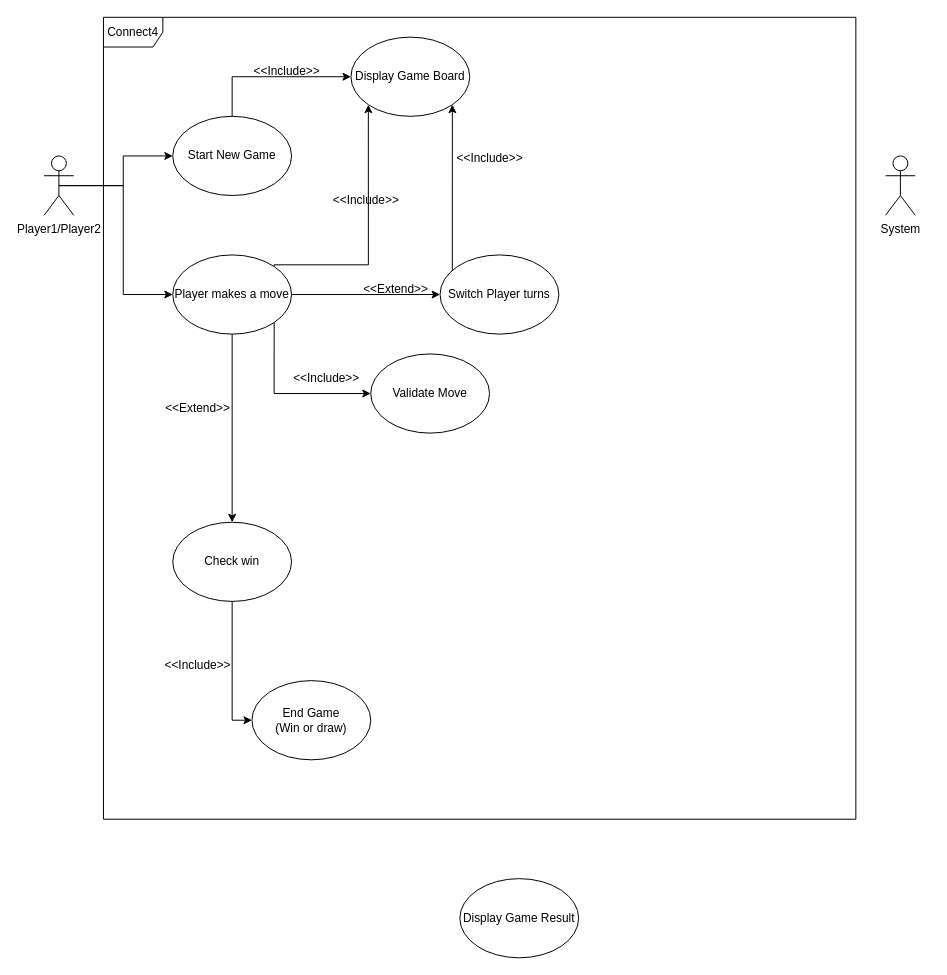
Before: use case diagrams/use_case_diagram_connect4.drawio in aeMyst/Minigame-Portal, a draw.io diagram. Source tidied: cells renumbered, new cells numbered last; positions are measured from the earlier drawing's top-left corner, leaving out a move shared by most shapes. Both pictures are drawn from the tidied source at 99%, with x=0, y=0 at pixel (44, 17).
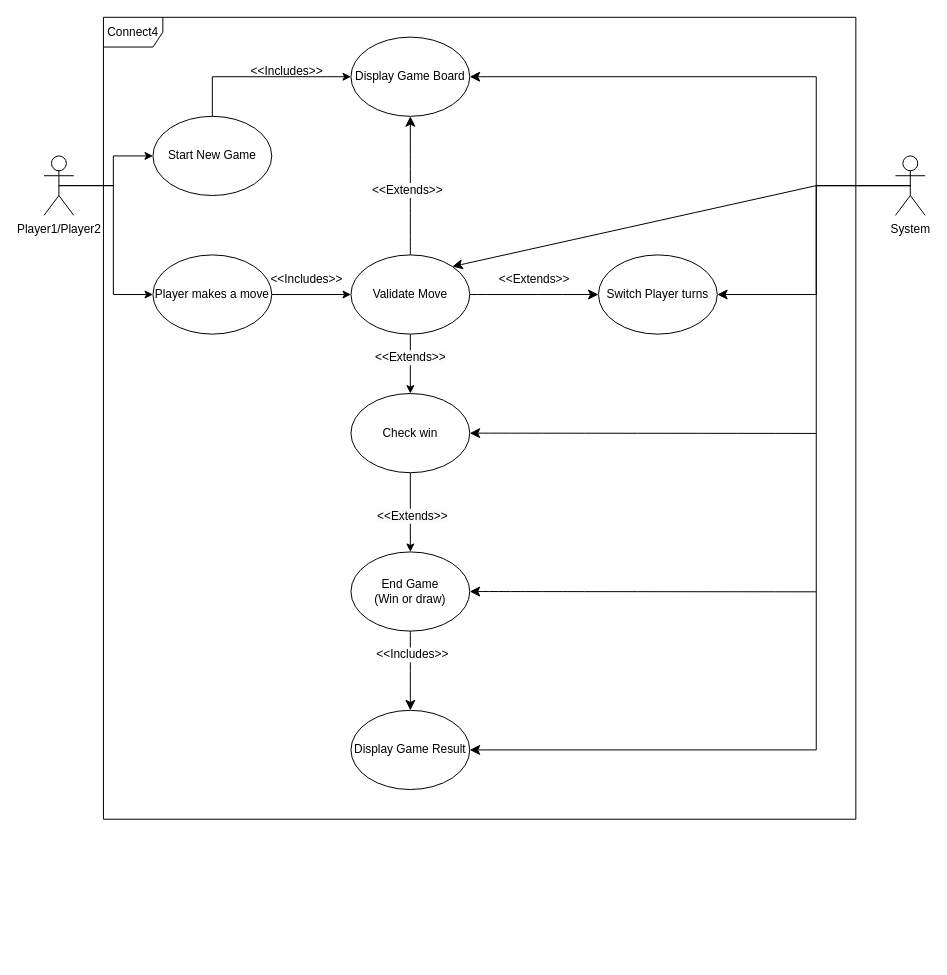
The same diagram, later.

Commit message (it also covers changes not shown here):
finish use case diagram for connect 4

The change refers to these unchanged cells:
```xml
<mxCell id="15" value="Display Game Board" style="ellipse;whiteSpace=wrap;html=1;" parent="1" vertex="1">
  <mxGeometry x="310" y="20" width="120" height="80" as="geometry" />
</mxCell>
```

The edit, as a diff of the source:
```diff
@@
     <mxCell id="3" value="Start New Game" style="ellipse;whiteSpace=wrap;html=1;" parent="1" vertex="1">
-      <mxGeometry x="130" y="100" width="120" height="80" as="geometry" />
+      <mxGeometry x="110" y="100" width="120" height="80" as="geometry" />
     </mxCell>
-    <mxCell id="4" style="edgeStyle=orthogonalEdgeStyle;rounded=0;jettySize=auto;html=1;exitX=0.5;exitY=1;exitDx=0;exitDy=0;" parent="1" edge="1" source="8" target="10">
-      <mxGeometry relative="1" as="geometry" />
-    </mxCell>
+    <mxCell id="29" style="rounded=0;jettySize=auto;html=1;exitX=0.5;exitY=1;exitDx=0;exitDy=0;" parent="1" edge="1" source="12" target="10">
+      <mxGeometry relative="1" as="geometry" />
+    </mxCell>
+    <mxCell id="30" value="&lt;span style=&quot;background-color: rgb(251, 251, 251);&quot;&gt;&amp;lt;&amp;lt;Extends&amp;gt;&amp;gt;&lt;/span&gt;" style="edgeLabel;html=1;align=center;verticalAlign=middle;fontSize=12;" parent="29" vertex="1">
+      <mxGeometry x="-0.24" y="-1" relative="1" as="geometry" />
+    </mxCell>
-    <mxCell id="5" style="edgeStyle=orthogonalEdgeStyle;rounded=0;jettySize=auto;html=1;exitX=1;exitY=1;exitDx=0;exitDy=0;entryX=0;entryY=0.5;entryDx=0;entryDy=0;" parent="1" edge="1" source="8" target="12">
-      <mxGeometry relative="1" as="geometry">
-        <Array as="points">
-          <mxPoint x="232" y="380" />
-        </Array>
-      </mxGeometry>
+    <mxCell id="5" style="rounded=0;jettySize=auto;html=1;exitX=1;exitY=0.5;exitDx=0;exitDy=0;entryX=0;entryY=0.5;entryDx=0;entryDy=0;" parent="1" edge="1" source="8" target="12">
+      <mxGeometry relative="1" as="geometry" />
     </mxCell>
-    <mxCell id="6" style="edgeStyle=orthogonalEdgeStyle;rounded=0;jettySize=auto;html=1;exitX=1;exitY=0.5;exitDx=0;exitDy=0;entryX=0;entryY=0.5;entryDx=0;entryDy=0;" parent="1" edge="1" source="8" target="14">
-      <mxGeometry relative="1" as="geometry" />
-    </mxCell>
-    <mxCell id="7" style="edgeStyle=orthogonalEdgeStyle;rounded=0;jettySize=auto;html=1;exitX=1;exitY=0;exitDx=0;exitDy=0;entryX=0;entryY=1;entryDx=0;entryDy=0;" parent="1" edge="1" source="8" target="15">
-      <mxGeometry relative="1" as="geometry">
-        <Array as="points">
-          <mxPoint x="328" y="250" />
-        </Array>
-      </mxGeometry>
-    </mxCell>
     <mxCell id="8" value="Player makes a move" style="ellipse;whiteSpace=wrap;html=1;" parent="1" vertex="1">
-      <mxGeometry x="130" y="240" width="120" height="80" as="geometry" />
+      <mxGeometry x="110" y="240" width="120" height="80" as="geometry" />
     </mxCell>
-    <mxCell id="9" style="edgeStyle=orthogonalEdgeStyle;rounded=0;jettySize=auto;html=1;exitX=0.5;exitY=1;exitDx=0;exitDy=0;entryX=0;entryY=0.5;entryDx=0;entryDy=0;" parent="1" edge="1" source="10" target="11">
+    <mxCell id="9" style="rounded=0;jettySize=auto;html=1;exitX=0.5;exitY=1;exitDx=0;exitDy=0;entryX=0.5;entryY=0;entryDx=0;entryDy=0;" parent="1" edge="1" source="10" target="11">
       <mxGeometry relative="1" as="geometry" />
     </mxCell>
+    <mxCell id="31" value="&lt;span style=&quot;background-color: rgb(251, 251, 251);&quot;&gt;&amp;lt;&amp;lt;Extends&amp;gt;&amp;gt;&lt;/span&gt;" style="edgeLabel;html=1;align=center;verticalAlign=middle;fontSize=12;" parent="9" vertex="1">
+      <mxGeometry x="0.07" y="1" relative="1" as="geometry" />
+    </mxCell>
+    <mxCell id="32" style="edgeStyle=none;curved=1;rounded=0;jettySize=auto;html=1;exitX=1;exitY=0.5;exitDx=0;exitDy=0;fontSize=12;startSize=8;endSize=8;startArrow=classic;startFill=1;endArrow=none;endFill=0;" parent="1" edge="1" source="10">
+      <mxGeometry relative="1" as="geometry">
+        <mxPoint x="780" y="420.3" as="targetPoint" />
+      </mxGeometry>
+    </mxCell>
     <mxCell id="10" value="Check win" style="ellipse;whiteSpace=wrap;html=1;" parent="1" vertex="1">
-      <mxGeometry x="130" y="510" width="120" height="80" as="geometry" />
+      <mxGeometry x="310" y="380" width="120" height="80" as="geometry" />
     </mxCell>
+    <mxCell id="33" style="edgeStyle=none;curved=1;rounded=0;jettySize=auto;html=1;exitX=0.5;exitY=1;exitDx=0;exitDy=0;entryX=0.5;entryY=0;entryDx=0;entryDy=0;fontSize=12;startSize=8;endSize=8;" parent="1" edge="1" source="11" target="16">
+      <mxGeometry relative="1" as="geometry" />
+    </mxCell>
+    <mxCell id="34" value="&amp;lt;&amp;lt;Includes&amp;gt;&amp;gt;" style="edgeLabel;html=1;align=center;verticalAlign=middle;fontSize=12;" parent="33" vertex="1">
+      <mxGeometry x="-0.07" y="-4" relative="1" as="geometry">
+        <mxPoint x="5" y="-14" as="offset" />
+      </mxGeometry>
+    </mxCell>
+    <mxCell id="35" style="edgeStyle=none;curved=1;rounded=0;jettySize=auto;html=1;exitX=1;exitY=0.5;exitDx=0;exitDy=0;fontSize=12;startSize=8;endSize=8;startArrow=classic;startFill=1;endArrow=none;endFill=0;" parent="1" edge="1" source="11">
+      <mxGeometry relative="1" as="geometry">
+        <mxPoint x="780" y="580.3" as="targetPoint" />
+      </mxGeometry>
+    </mxCell>
     <mxCell id="11" value="End Game&lt;div&gt;(Win or draw)&lt;/div&gt;" style="ellipse;whiteSpace=wrap;html=1;" parent="1" vertex="1">
-      <mxGeometry x="210" y="670" width="120" height="80" as="geometry" />
+      <mxGeometry x="310" y="540" width="120" height="80" as="geometry" />
     </mxCell>
+    <mxCell id="36" style="edgeStyle=none;curved=1;rounded=0;jettySize=auto;html=1;exitX=1;exitY=0.5;exitDx=0;exitDy=0;entryX=0;entryY=0.5;entryDx=0;entryDy=0;fontSize=12;startSize=8;endSize=8;" parent="1" edge="1" source="12" target="14">
+      <mxGeometry relative="1" as="geometry" />
+    </mxCell>
+    <mxCell id="37" style="edgeStyle=none;curved=1;rounded=0;jettySize=auto;html=1;exitX=0.5;exitY=0;exitDx=0;exitDy=0;entryX=0.5;entryY=1;entryDx=0;entryDy=0;fontSize=12;startSize=8;endSize=8;" parent="1" edge="1" source="12" target="15">
+      <mxGeometry relative="1" as="geometry" />
+    </mxCell>
+    <mxCell id="38" value="&lt;span style=&quot;background-color: rgb(251, 251, 251);&quot;&gt;&amp;lt;&amp;lt;Extends&amp;gt;&amp;gt;&lt;/span&gt;" style="edgeLabel;html=1;align=center;verticalAlign=middle;fontSize=12;" parent="37" vertex="1">
+      <mxGeometry x="-0.06" y="4" relative="1" as="geometry" />
+    </mxCell>
+    <mxCell id="39" style="edgeStyle=none;curved=1;rounded=0;jettySize=auto;html=1;exitX=1;exitY=0;exitDx=0;exitDy=0;fontSize=12;startSize=8;endSize=8;startArrow=classic;startFill=1;endArrow=none;endFill=0;" parent="1" edge="1" source="12">
+      <mxGeometry relative="1" as="geometry">
+        <mxPoint x="780" y="170" as="targetPoint" />
+      </mxGeometry>
+    </mxCell>
     <mxCell id="12" value="Validate Move" style="ellipse;whiteSpace=wrap;html=1;" parent="1" vertex="1">
-      <mxGeometry x="330" y="340" width="120" height="80" as="geometry" />
+      <mxGeometry x="310" y="240" width="120" height="80" as="geometry" />
     </mxCell>
-    <mxCell id="13" style="edgeStyle=orthogonalEdgeStyle;rounded=0;jettySize=auto;html=1;exitX=0;exitY=0;exitDx=0;exitDy=0;entryX=1;entryY=1;entryDx=0;entryDy=0;" parent="1" edge="1" source="14" target="15">
-      <mxGeometry relative="1" as="geometry">
-        <Array as="points">
-          <mxPoint x="412" y="262" />
-        </Array>
-      </mxGeometry>
-    </mxCell>
     <mxCell id="14" value="Switch Player turns" style="ellipse;whiteSpace=wrap;html=1;" parent="1" vertex="1">
-      <mxGeometry x="400" y="240" width="120" height="80" as="geometry" />
+      <mxGeometry x="560" y="240" width="120" height="80" as="geometry" />
     </mxCell>
@@
     <mxCell id="16" value="Display Game Result" style="ellipse;whiteSpace=wrap;html=1;" parent="1" vertex="1">
-      <mxGeometry x="420" y="870" width="120" height="80" as="geometry" />
+      <mxGeometry x="310" y="700" width="120" height="80" as="geometry" />
     </mxCell>
@@
+    <mxCell id="40" style="edgeStyle=orthogonalEdgeStyle;rounded=0;jettySize=auto;html=1;exitX=0.5;exitY=0.5;exitDx=0;exitDy=0;exitPerimeter=0;entryX=1;entryY=0.5;entryDx=0;entryDy=0;fontSize=12;startSize=8;endSize=8;" parent="1" edge="1" source="18" target="15">
+      <mxGeometry relative="1" as="geometry">
+        <Array as="points">
+          <mxPoint x="780" y="170" />
+          <mxPoint x="780" y="60" />
+        </Array>
+      </mxGeometry>
+    </mxCell>
+    <mxCell id="41" style="edgeStyle=orthogonalEdgeStyle;rounded=0;jettySize=auto;html=1;exitX=0.5;exitY=0.5;exitDx=0;exitDy=0;exitPerimeter=0;entryX=1;entryY=0.5;entryDx=0;entryDy=0;fontSize=12;startSize=8;endSize=8;" parent="1" edge="1" source="18" target="14">
+      <mxGeometry relative="1" as="geometry">
+        <Array as="points">
+          <mxPoint x="780" y="170" />
+          <mxPoint x="780" y="280" />
+        </Array>
+      </mxGeometry>
+    </mxCell>
+    <mxCell id="42" style="edgeStyle=orthogonalEdgeStyle;rounded=0;jettySize=auto;html=1;exitX=0.5;exitY=0.5;exitDx=0;exitDy=0;exitPerimeter=0;entryX=1;entryY=0.5;entryDx=0;entryDy=0;fontSize=12;startSize=8;endSize=8;" parent="1" edge="1" source="18" target="16">
+      <mxGeometry relative="1" as="geometry">
+        <Array as="points">
+          <mxPoint x="780" y="170" />
+          <mxPoint x="780" y="740" />
+        </Array>
+      </mxGeometry>
+    </mxCell>
     <mxCell id="18" value="System" style="shape=umlActor;verticalLabelPosition=bottom;verticalAlign=top;html=1;" parent="1" vertex="1">
-      <mxGeometry x="850" y="140" width="30" height="60" as="geometry" />
+      <mxGeometry x="860" y="140" width="30" height="60" as="geometry" />
     </mxCell>
@@
-    <mxCell id="22" value="&amp;lt;&amp;lt;Include&amp;gt;&amp;gt;" style="text;html=1;align=center;verticalAlign=middle;strokeColor=none;fillColor=none;rotation=0;" parent="1" vertex="1">
-      <mxGeometry x="200" y="40" width="90" height="30" as="geometry" />
-    </mxCell>
-    <mxCell id="23" value="&amp;lt;&amp;lt;Include&amp;gt;&amp;gt;" style="text;html=1;align=center;verticalAlign=middle;strokeColor=none;fillColor=none;" parent="1" vertex="1">
-      <mxGeometry x="240" y="350" width="90" height="30" as="geometry" />
-    </mxCell>
-    <mxCell id="24" value="&amp;lt;&amp;lt;Include&amp;gt;&amp;gt;" style="text;html=1;align=center;verticalAlign=middle;strokeColor=none;fillColor=none;" parent="1" vertex="1">
-      <mxGeometry x="280" y="170" width="90" height="30" as="geometry" />
-    </mxCell>
-    <mxCell id="25" value="&amp;lt;&amp;lt;Extend&amp;gt;&amp;gt;" style="text;html=1;align=center;verticalAlign=middle;strokeColor=none;fillColor=none;" parent="1" vertex="1">
-      <mxGeometry x="110" y="380" width="90" height="30" as="geometry" />
-    </mxCell>
-    <mxCell id="26" value="&amp;lt;&amp;lt;Extend&amp;gt;&amp;gt;" style="text;html=1;align=center;verticalAlign=middle;strokeColor=none;fillColor=none;" parent="1" vertex="1">
-      <mxGeometry x="310" y="260" width="90" height="30" as="geometry" />
-    </mxCell>
-    <mxCell id="27" value="&amp;lt;&amp;lt;Include&amp;gt;&amp;gt;" style="text;html=1;align=center;verticalAlign=middle;strokeColor=none;fillColor=none;" parent="1" vertex="1">
-      <mxGeometry x="110" y="640" width="90" height="30" as="geometry" />
-    </mxCell>
-    <mxCell id="28" value="&amp;lt;&amp;lt;Include&amp;gt;&amp;gt;" style="text;html=1;align=center;verticalAlign=middle;strokeColor=none;fillColor=none;" parent="1" vertex="1">
-      <mxGeometry x="405" y="128" width="90" height="30" as="geometry" />
-    </mxCell>
+    <mxCell id="43" value="&amp;lt;&amp;lt;Includes&amp;gt;&amp;gt;" style="text;html=1;align=center;verticalAlign=middle;strokeColor=none;fillColor=none;rotation=0;" parent="1" vertex="1">
+      <mxGeometry x="195" y="40" width="100" height="30" as="geometry" />
+    </mxCell>
+    <mxCell id="44" value="&amp;lt;&amp;lt;Includes&amp;gt;&amp;gt;" style="text;html=1;align=center;verticalAlign=middle;strokeColor=none;fillColor=none;" parent="1" vertex="1">
+      <mxGeometry x="215" y="250" width="100" height="30" as="geometry" />
+    </mxCell>
+    <mxCell id="45" value="&amp;lt;&amp;lt;Extends&amp;gt;&amp;gt;" style="text;html=1;align=center;verticalAlign=middle;strokeColor=none;fillColor=none;" parent="1" vertex="1">
+      <mxGeometry x="450" y="250" width="90" height="30" as="geometry" />
+    </mxCell>
```
